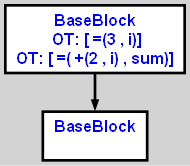
This is cpoCompilerWin/input2.txt.calculator.dot.png from aveen007/CountingMonkeys, a Graphviz export, as it was before one commit. Its source is kept beside it as cpoCompilerWin/input2.txt.calculator.dot.
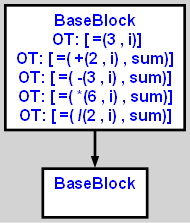
Later version of the same file.

Change to the diagram source:
```diff
@@ -4,9 +4,12 @@
 bgcolor="lightgrey";  node [shape=box, fixedsize=false, fontsize=12, fontname="Helvetica-bold", fontcolor="blue"
 width=.25, height=.25, color="black", fillcolor="white", style="filled, solid, bold"];
 
-edge [arrowsize=.5, color="black", style="bold"]    n000011C984FA13A0 [label="BaseBlock\n OT: [ =(3 , i)]
+edge [arrowsize=.5, color="black", style="bold"]    n000011D15C021460 [label="BaseBlock\n OT: [ =(3 , i)]
 OT: [ =( +(2 , i) , sum)]
+OT: [ =( -(3 , i) , sum)]
+OT: [ =( *(6 , i) , sum)]
+OT: [ =( /(2 , i) , sum)]
 "]
-    n000011C984FA1400 [label="BaseBlock\n "]
-    n000011C984FA13A0 -> n000011C984FA1400
+    n000011D15C0214C0 [label="BaseBlock\n "]
+    n000011D15C021460 -> n000011D15C0214C0
 }
```
